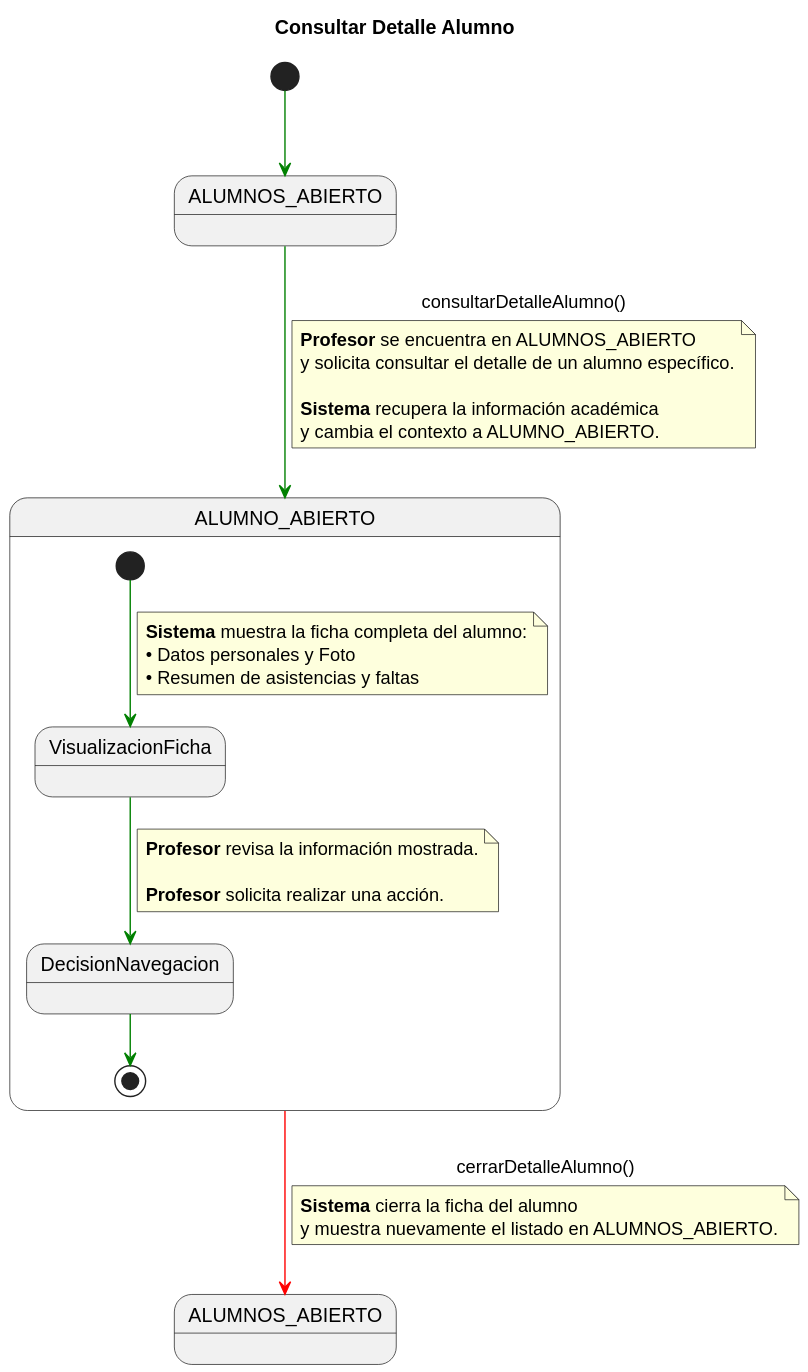
Earlier version of the PlantUML export documents/CasosDeUso/DetalladoCasosDeUso/Profesor/consultarDetalleAlumno.svg (enmabry/25-26-IdSw1-SdR). Its diagram source:
```plantuml
@startuml
title Consultar Detalle Alumno
skinparam linetype polyline

state ALUMNOS_ABIERTO_INICIAL as "ALUMNOS_ABIERTO"
state ALUMNOS_ABIERTO_FINAL as "ALUMNOS_ABIERTO"
state ALUMNO_ABIERTO_COMP     as "ALUMNO_ABIERTO"

[*] -[#green]-> ALUMNOS_ABIERTO_INICIAL

ALUMNOS_ABIERTO_INICIAL -[#green]-> ALUMNO_ABIERTO_COMP : consultarDetalleAlumno()
note on link
<b>Profesor</b> se encuentra en ALUMNOS_ABIERTO
y solicita consultar el detalle de un alumno específico.

<b>Sistema</b> recupera la información académica
y cambia el contexto a ALUMNO_ABIERTO.
end note

state ALUMNO_ABIERTO_COMP as "ALUMNO_ABIERTO" {

    state VisualizacionFicha
    state DecisionNavegacion

    [*] -[#green]-> VisualizacionFicha
    note on link
    <b>Sistema</b> muestra la ficha completa del alumno:
    • Datos personales y Foto
    • Resumen de asistencias y faltas
    end note

    VisualizacionFicha -[#green]-> DecisionNavegacion
    note on link
    <b>Profesor</b> revisa la información mostrada.

    <b>Profesor</b> solicita realizar una acción.
    end note

    DecisionNavegacion -[#green]-> [*]
}

ALUMNO_ABIERTO_COMP -[#red]-> ALUMNOS_ABIERTO_FINAL : cerrarDetalleAlumno()
note on link
<b>Sistema</b> cierra la ficha del alumno
y muestra nuevamente el listado en ALUMNOS_ABIERTO.
end note
@enduml
```
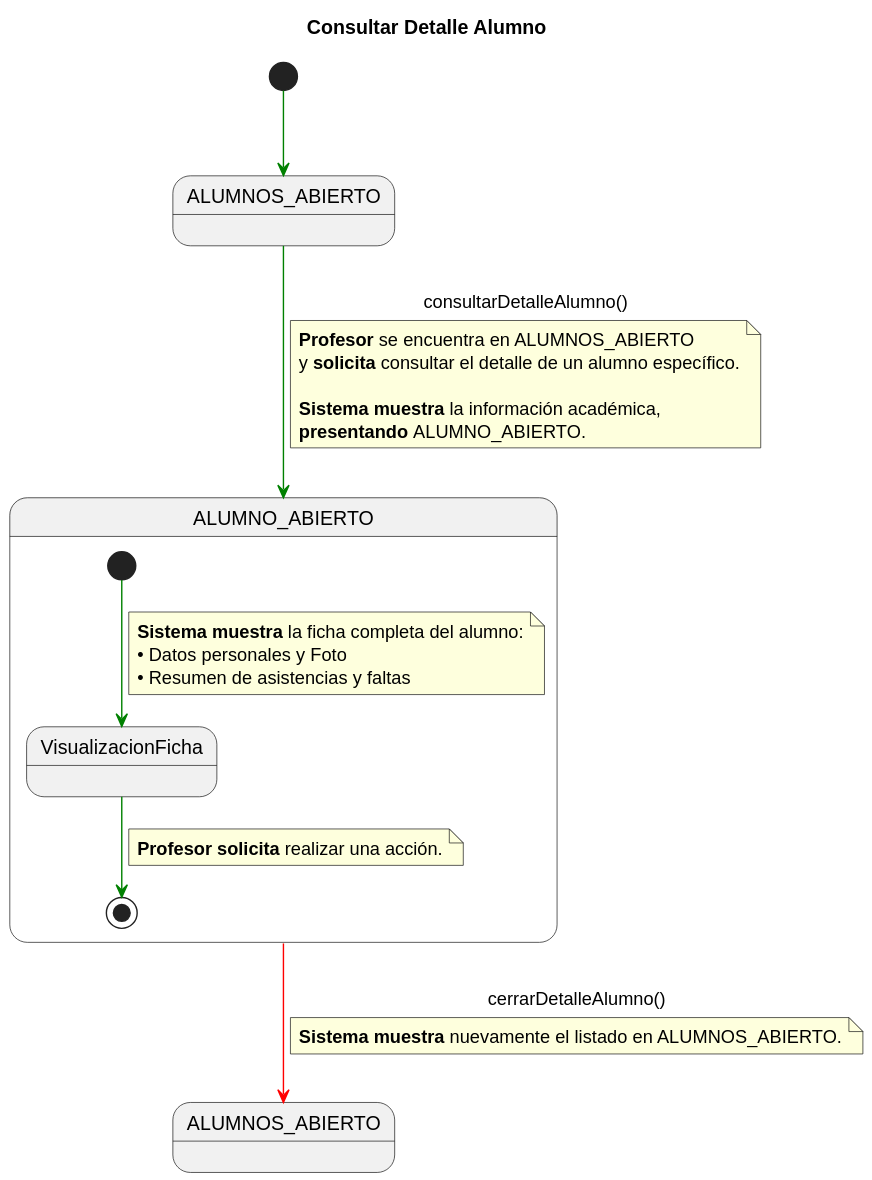
Above is the later version.

Diff of the diagram source:
```diff
@@ -11,37 +11,32 @@
 ALUMNOS_ABIERTO_INICIAL -[#green]-> ALUMNO_ABIERTO_COMP : consultarDetalleAlumno()
 note on link
 <b>Profesor</b> se encuentra en ALUMNOS_ABIERTO
-y solicita consultar el detalle de un alumno específico.
+y <b>solicita</b> consultar el detalle de un alumno específico.
 
-<b>Sistema</b> recupera la información académica
-y cambia el contexto a ALUMNO_ABIERTO.
+<b>Sistema muestra</b> la información académica,
+<b>presentando</b> ALUMNO_ABIERTO.
 end note
 
 state ALUMNO_ABIERTO_COMP as "ALUMNO_ABIERTO" {
 
     state VisualizacionFicha
-    state DecisionNavegacion
 
     [*] -[#green]-> VisualizacionFicha
     note on link
-    <b>Sistema</b> muestra la ficha completa del alumno:
+    <b>Sistema muestra</b> la ficha completa del alumno:
     • Datos personales y Foto
     • Resumen de asistencias y faltas
     end note
 
-    VisualizacionFicha -[#green]-> DecisionNavegacion
+    VisualizacionFicha -[#green]-> [*]
     note on link
-    <b>Profesor</b> revisa la información mostrada.
-
-    <b>Profesor</b> solicita realizar una acción.
+    <b>Profesor solicita</b> realizar una acción.
     end note
 
-    DecisionNavegacion -[#green]-> [*]
 }
 
 ALUMNO_ABIERTO_COMP -[#red]-> ALUMNOS_ABIERTO_FINAL : cerrarDetalleAlumno()
 note on link
-<b>Sistema</b> cierra la ficha del alumno
-y muestra nuevamente el listado en ALUMNOS_ABIERTO.
+<b>Sistema muestra</b> nuevamente el listado en ALUMNOS_ABIERTO.
 end note
 @enduml
```
